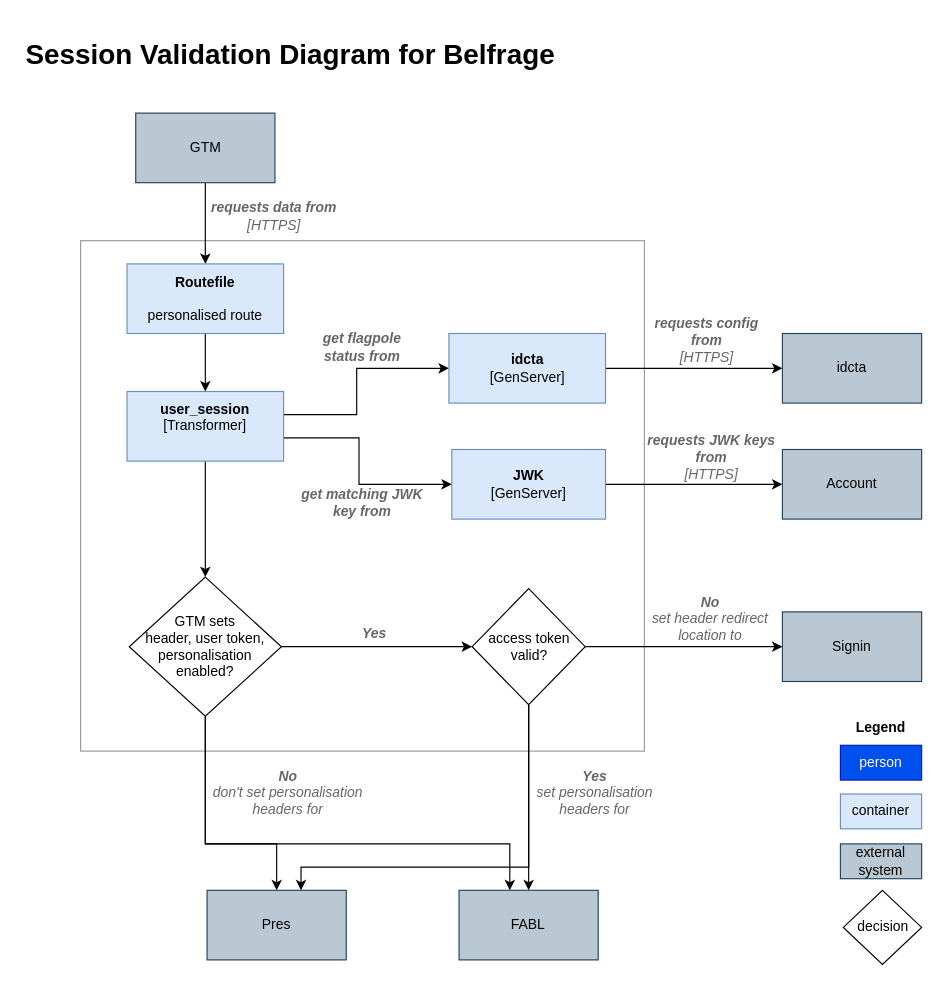
Above: docs/img/source/belfrage-personalisation.drawio in tracy-o/learning-day (draw.io), before the change. Source tidied: cells renumbered, new cells numbered last; positions are measured from the earlier drawing's top-left corner, leaving out a move shared by most shapes. Both pictures are drawn from the tidied source at 116%, with x=0, y=0 at pixel (20, 31).
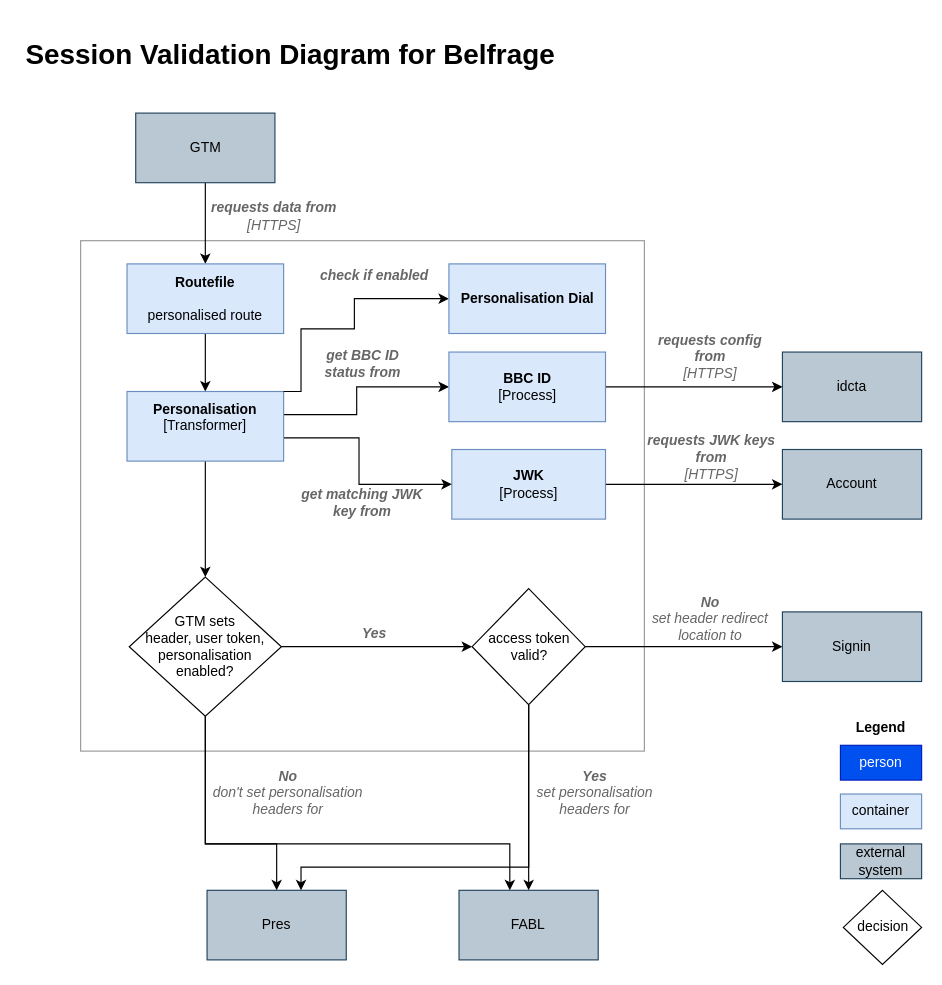
The same diagram, later.

Commit message (it also covers changes not shown here):
Update session validation diagram

* Added the check that personalisation dial is enabled
* Updated the name of the transformer that validates the session (now
called `Personalisation`)
* Updated the name of the process that holds the status of BBC ID
services (used to be 'Flagpole', now 'BBCID').

The edit, as a diff of the source:
```diff
@@
     <mxCell id="4" value="idcta" style="rounded=0;whiteSpace=wrap;html=1;fillColor=#bac8d3;strokeColor=#23445d;" parent="1" vertex="1">
-      <mxGeometry x="657" y="260" width="120" height="60" as="geometry" />
+      <mxGeometry x="657" y="276" width="120" height="60" as="geometry" />
     </mxCell>
@@
     <mxCell id="7" value="&lt;font color=&quot;#666666&quot;&gt;&lt;i&gt;&lt;b&gt;requests config from&lt;/b&gt;&lt;br&gt;[HTTPS]&lt;/i&gt;&lt;/font&gt;" style="text;html=1;strokeColor=none;fillColor=none;align=center;verticalAlign=middle;whiteSpace=wrap;rounded=0;" parent="1" vertex="1">
-      <mxGeometry x="539.2" y="256" width="106" height="20" as="geometry" />
+      <mxGeometry x="542.1" y="270" width="106" height="20" as="geometry" />
     </mxCell>
@@
-    <mxCell id="16" value="&lt;b&gt;JWK&lt;br&gt;&lt;/b&gt;[GenServer]&lt;b&gt;&lt;br&gt;&lt;/b&gt;" style="rounded=0;whiteSpace=wrap;html=1;fillColor=#dae8fc;strokeColor=#6c8ebf;" parent="1" vertex="1">
+    <mxCell id="16" value="&lt;b&gt;JWK&lt;br&gt;&lt;/b&gt;[Process]&lt;b&gt;&lt;br&gt;&lt;/b&gt;" style="rounded=0;whiteSpace=wrap;html=1;fillColor=#dae8fc;strokeColor=#6c8ebf;" parent="1" vertex="1">
       <mxGeometry x="372" y="360" width="132.5" height="60" as="geometry" />
     </mxCell>
-    <mxCell id="17" style="edgeStyle=orthogonalEdgeStyle;rounded=0;jettySize=auto;html=1;" parent="1" edge="1" source="20" target="22">
+    <mxCell id="17" style="edgeStyle=orthogonalEdgeStyle;rounded=0;jettySize=auto;html=1;entryX=0;entryY=0.5;entryDx=0;entryDy=0;" parent="1" edge="1" source="20" target="22">
       <mxGeometry relative="1" as="geometry">
         <Array as="points">
           <mxPoint x="290" y="330" />
-          <mxPoint x="290" y="290" />
+          <mxPoint x="290" y="306" />
         </Array>
       </mxGeometry>
     </mxCell>
@@
-    <mxCell id="20" value="&lt;b&gt;user_session&lt;br&gt;&lt;/b&gt;[Transformer]&lt;br&gt;&amp;nbsp;&lt;br&gt;" style="rounded=0;whiteSpace=wrap;html=1;fillColor=#dae8fc;strokeColor=#6c8ebf;" parent="1" vertex="1">
+    <mxCell id="20" value="&lt;div&gt;&lt;b&gt;Personalisation&lt;/b&gt;&lt;/div&gt;&lt;div&gt;[Transformer]&lt;/div&gt;&amp;nbsp;" style="rounded=0;whiteSpace=wrap;html=1;fillColor=#dae8fc;strokeColor=#6c8ebf;" parent="1" vertex="1">
       <mxGeometry x="92" y="310" width="135" height="60" as="geometry" />
     </mxCell>
@@
-    <mxCell id="22" value="&lt;b&gt;idcta&lt;/b&gt;&lt;br&gt;[GenServer]" style="rounded=0;whiteSpace=wrap;html=1;fillColor=#dae8fc;strokeColor=#6c8ebf;" parent="1" vertex="1">
-      <mxGeometry x="369.5" y="260" width="135" height="60" as="geometry" />
+    <mxCell id="22" value="&lt;b&gt;BBC ID&lt;/b&gt;&lt;br&gt;[Process]" style="rounded=0;whiteSpace=wrap;html=1;fillColor=#dae8fc;strokeColor=#6c8ebf;" parent="1" vertex="1">
+      <mxGeometry x="369.5" y="276" width="135" height="60" as="geometry" />
     </mxCell>
-    <mxCell id="23" value="&lt;font color=&quot;#666666&quot;&gt;&lt;i&gt;&lt;b&gt;get flagpole&lt;br&gt;status&amp;nbsp;from&lt;/b&gt;&lt;br&gt;&lt;/i&gt;&lt;/font&gt;" style="text;html=1;strokeColor=none;fillColor=none;align=center;verticalAlign=middle;whiteSpace=wrap;rounded=0;" parent="1" vertex="1">
-      <mxGeometry x="230" y="262" width="130" height="20" as="geometry" />
+    <mxCell id="23" value="&lt;font color=&quot;#666666&quot;&gt;&lt;i&gt;&lt;b&gt;get BBC ID&lt;br&gt;status&amp;nbsp;from&lt;/b&gt;&lt;br&gt;&lt;/i&gt;&lt;/font&gt;" style="text;html=1;strokeColor=none;fillColor=none;align=center;verticalAlign=middle;whiteSpace=wrap;rounded=0;" parent="1" vertex="1">
+      <mxGeometry x="231.6" y="276" width="126.9" height="20" as="geometry" />
     </mxCell>
@@
+    <mxCell id="44" style="edgeStyle=orthogonalEdgeStyle;rounded=0;jettySize=auto;html=1;exitX=1;exitY=0;exitDx=0;exitDy=0;" parent="1" edge="1" source="20" target="45">
+      <mxGeometry relative="1" as="geometry">
+        <Array as="points">
+          <mxPoint x="242" y="310" />
+          <mxPoint x="242" y="256" />
+          <mxPoint x="288" y="256" />
+          <mxPoint x="288" y="230" />
+        </Array>
+      </mxGeometry>
+    </mxCell>
+    <mxCell id="45" value="&lt;b&gt;Personalisation Dial&lt;/b&gt;&lt;br&gt;" style="rounded=0;whiteSpace=wrap;html=1;fillColor=#dae8fc;strokeColor=#6c8ebf;" parent="1" vertex="1">
+      <mxGeometry x="369.5" y="200" width="135" height="60" as="geometry" />
+    </mxCell>
+    <mxCell id="46" value="&lt;font color=&quot;#666666&quot;&gt;&lt;i&gt;&lt;b&gt;check if enabled&lt;br&gt;&lt;/b&gt;&lt;/i&gt;&lt;/font&gt;" style="text;html=1;strokeColor=none;fillColor=none;align=center;verticalAlign=middle;whiteSpace=wrap;rounded=0;" parent="1" vertex="1">
+      <mxGeometry x="242.3" y="200" width="126.9" height="20" as="geometry" />
+    </mxCell>
```
